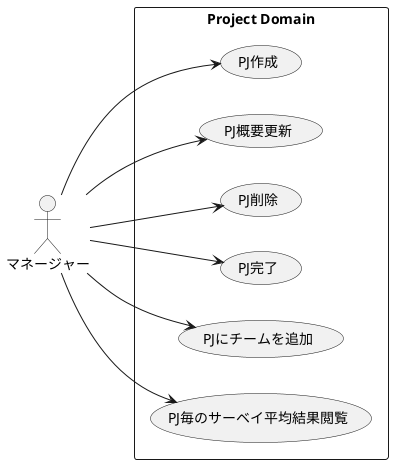
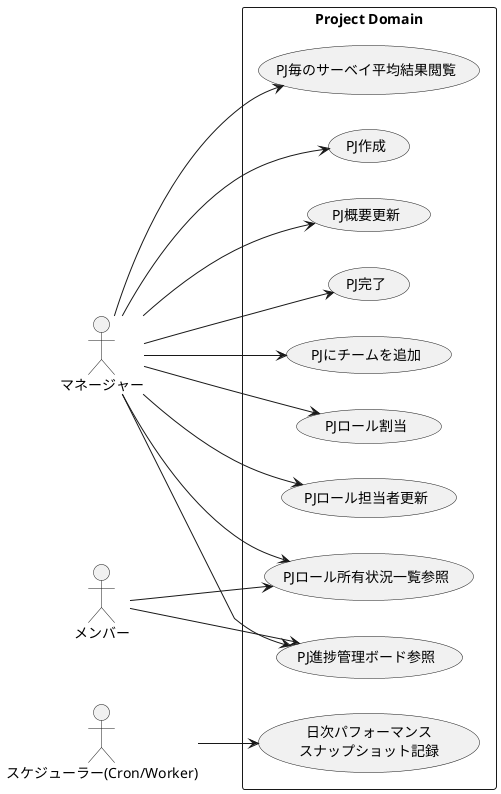
@startuml
left to right direction

actor "マネージャー" as Manager
+ actor "メンバー" as Member
+ actor "スケジューラー(Cron/Worker)" as Scheduler

rectangle "Project Domain" {

  usecase "PJ作成"
  usecase "PJ概要更新"
-   usecase "PJ削除"
  usecase "PJ完了"
  usecase "PJにチームを追加"
+   usecase "PJ進捗管理ボード参照"
+   usecase "PJロール割当"
+   usecase "PJロール担当者更新"
+   usecase "PJロール所有状況一覧参照"
  usecase "PJ毎のサーベイ平均結果閲覧"
+   usecase "日次パフォーマンス\nスナップショット記録"

}

Manager --> "PJ作成"
Manager --> "PJ概要更新"
- Manager --> "PJ削除"
Manager --> "PJ完了"
Manager --> "PJにチームを追加"
+ Manager --> "PJ進捗管理ボード参照"
+ Manager --> "PJロール割当"
+ Manager --> "PJロール担当者更新"
+ Manager --> "PJロール所有状況一覧参照"
Manager --> "PJ毎のサーベイ平均結果閲覧"

+ Member --> "PJ進捗管理ボード参照"
+ Member --> "PJロール所有状況一覧参照"
+ 
+ Scheduler --> "日次パフォーマンス\nスナップショット記録"
+ 
@enduml